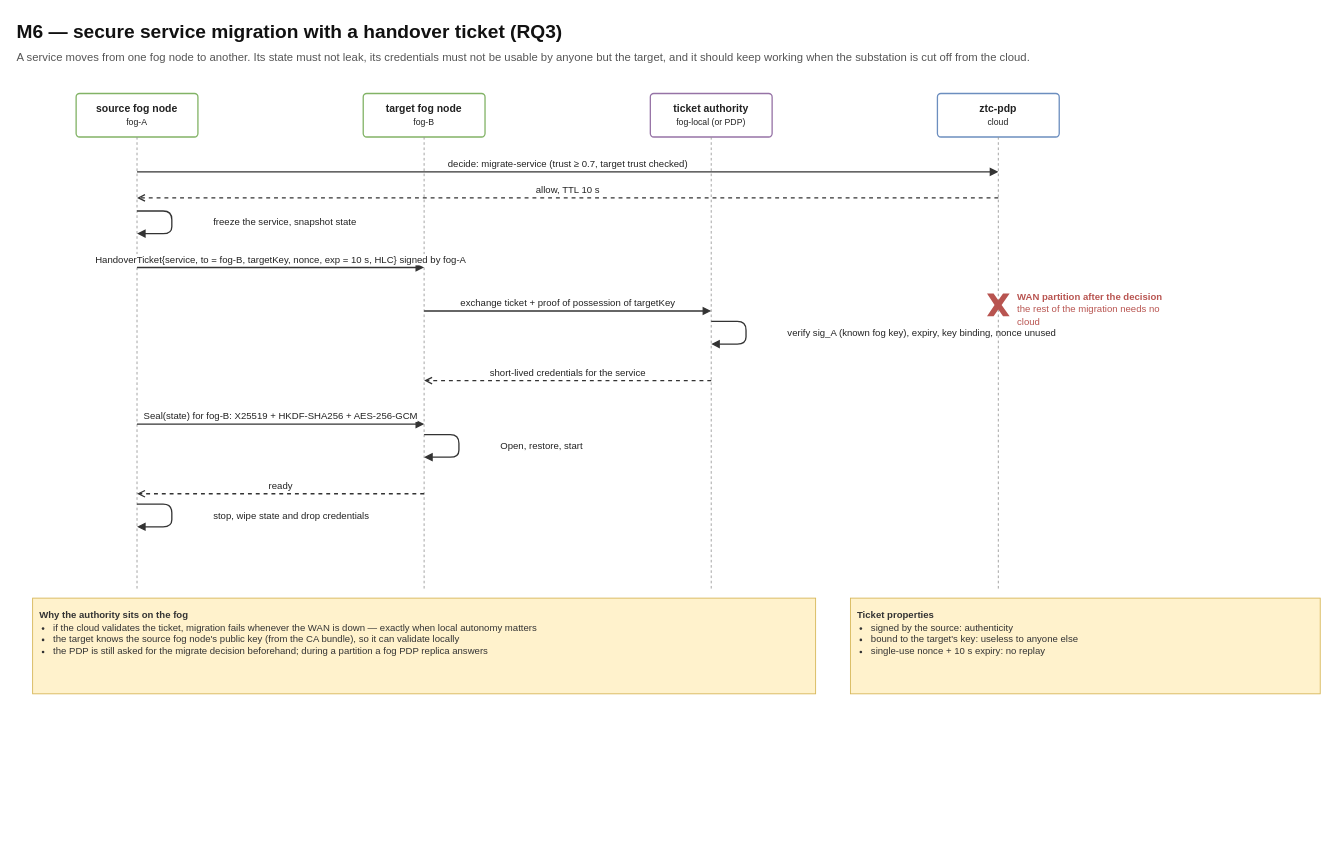
This is page "Handover ticket sequence" (1 of 2) of Docs/diagrams/13-m6-secure-migration.drawio from philipfleischer/zero-trust-continuum, a draw.io file, before an edit. Source tidied: cells renumbered, new cells numbered last; positions are measured from the earlier drawing's top-left corner, leaving out a move shared by most shapes. Both pictures are drawn from the tidied source at 87%, with x=0, y=0 at pixel (15, 15).
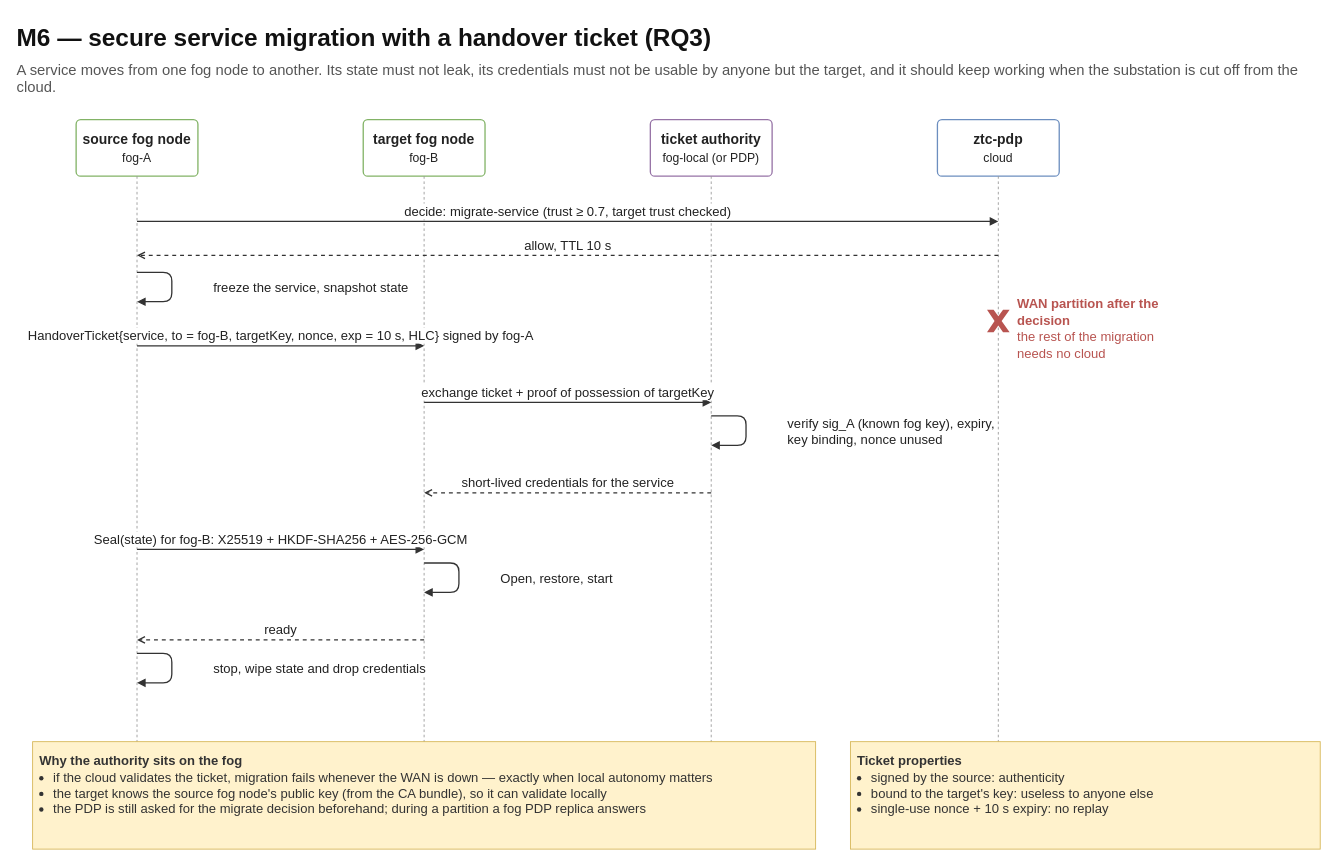
Above is the later version.

Diff of the diagram source:
```diff
@@
-    <mxCell id="2" value="M6 — secure service migration with a handover ticket (RQ3)" style="whiteSpace=wrap;html=1;fontFamily=Helvetica;text;align=left;verticalAlign=top;fontSize=22;fontStyle=1;fontColor=#111111;" parent="1" vertex="1">
-      <mxGeometry width="1500" height="32" as="geometry" />
+    <mxCell id="2" value="M6 — secure service migration with a handover ticket (RQ3)" style="whiteSpace=wrap;html=1;fontFamily=Helvetica;text;align=left;verticalAlign=top;fontSize=28;fontStyle=1;fontColor=#111111;" parent="1" vertex="1">
+      <mxGeometry y="3" width="1500" height="41.6" as="geometry" />
     </mxCell>
-    <mxCell id="3" value="A service moves from one fog node to another. Its state must not leak, its credentials must not be usable by anyone but the target, and it should keep working when the substation is cut off from the cloud." style="whiteSpace=wrap;html=1;fontFamily=Helvetica;text;align=left;verticalAlign=top;fontSize=13;fontColor=#555555;" parent="1" vertex="1">
-      <mxGeometry y="34" width="1500" height="34" as="geometry" />
+    <mxCell id="3" value="A service moves from one fog node to another. Its state must not leak, its credentials must not be usable by anyone but the target, and it should keep working when the substation is cut off from the cloud." style="whiteSpace=wrap;html=1;fontFamily=Helvetica;text;align=left;verticalAlign=top;fontSize=17;fontColor=#555555;" parent="1" vertex="1">
+      <mxGeometry y="47.2" width="1500" height="44.2" as="geometry" />
     </mxCell>
-    <mxCell id="4" value="&lt;b&gt;source fog node&lt;/b&gt;&lt;br&gt;&lt;span style=&quot;font-size:10px&quot;&gt;fog-A&lt;/span&gt;" style="whiteSpace=wrap;html=1;fontFamily=Helvetica;rounded=1;arcSize=8;fillColor=#ffffff;strokeColor=#82b366;strokeWidth=1.5;fontSize=12;fontColor=#222222;verticalAlign=middle;spacing=4;" parent="1" vertex="1">
-      <mxGeometry x="70" y="90" width="140" height="50" as="geometry" />
+    <mxCell id="4" value="&lt;b&gt;source fog node&lt;/b&gt;&lt;br&gt;&lt;span style=&quot;font-size:14px&quot;&gt;fog-A&lt;/span&gt;" style="whiteSpace=wrap;html=1;fontFamily=Helvetica;rounded=1;arcSize=8;fillColor=#ffffff;strokeColor=#82b366;strokeWidth=1.5;fontSize=16;fontColor=#222222;verticalAlign=middle;spacing=4;" parent="1" vertex="1">
+      <mxGeometry x="70" y="120" width="140" height="65" as="geometry" />
     </mxCell>
     <mxCell id="5" style="html=1;endArrow=none;dashed=1;strokeColor=#999999;strokeWidth=1;" parent="1" edge="1">
       <mxGeometry relative="1" as="geometry">
-        <mxPoint x="140" y="140" as="sourcePoint" />
-        <mxPoint x="140" y="660" as="targetPoint" />
+        <mxPoint x="140" y="185" as="sourcePoint" />
+        <mxPoint x="140" y="861" as="targetPoint" />
       </mxGeometry>
     </mxCell>
-    <mxCell id="6" value="&lt;b&gt;target fog node&lt;/b&gt;&lt;br&gt;&lt;span style=&quot;font-size:10px&quot;&gt;fog-B&lt;/span&gt;" style="whiteSpace=wrap;html=1;fontFamily=Helvetica;rounded=1;arcSize=8;fillColor=#ffffff;strokeColor=#82b366;strokeWidth=1.5;fontSize=12;fontColor=#222222;verticalAlign=middle;spacing=4;" parent="1" vertex="1">
-      <mxGeometry x="400" y="90" width="140" height="50" as="geometry" />
+    <mxCell id="6" value="&lt;b&gt;target fog node&lt;/b&gt;&lt;br&gt;&lt;span style=&quot;font-size:14px&quot;&gt;fog-B&lt;/span&gt;" style="whiteSpace=wrap;html=1;fontFamily=Helvetica;rounded=1;arcSize=8;fillColor=#ffffff;strokeColor=#82b366;strokeWidth=1.5;fontSize=16;fontColor=#222222;verticalAlign=middle;spacing=4;" parent="1" vertex="1">
+      <mxGeometry x="400" y="120" width="140" height="65" as="geometry" />
     </mxCell>
     <mxCell id="7" style="html=1;endArrow=none;dashed=1;strokeColor=#999999;strokeWidth=1;" parent="1" edge="1">
       <mxGeometry relative="1" as="geometry">
-        <mxPoint x="470" y="140" as="sourcePoint" />
-        <mxPoint x="470" y="660" as="targetPoint" />
+        <mxPoint x="470" y="185" as="sourcePoint" />
+        <mxPoint x="470" y="861" as="targetPoint" />
       </mxGeometry>
     </mxCell>
-    <mxCell id="8" value="&lt;b&gt;ticket authority&lt;/b&gt;&lt;br&gt;&lt;span style=&quot;font-size:10px&quot;&gt;fog-local (or PDP)&lt;/span&gt;" style="whiteSpace=wrap;html=1;fontFamily=Helvetica;rounded=1;arcSize=8;fillColor=#ffffff;strokeColor=#9673a6;strokeWidth=1.5;fontSize=12;fontColor=#222222;verticalAlign=middle;spacing=4;" parent="1" vertex="1">
-      <mxGeometry x="730" y="90" width="140" height="50" as="geometry" />
+    <mxCell id="8" value="&lt;b&gt;ticket authority&lt;/b&gt;&lt;br&gt;&lt;span style=&quot;font-size:14px&quot;&gt;fog-local (or PDP)&lt;/span&gt;" style="whiteSpace=wrap;html=1;fontFamily=Helvetica;rounded=1;arcSize=8;fillColor=#ffffff;strokeColor=#9673a6;strokeWidth=1.5;fontSize=16;fontColor=#222222;verticalAlign=middle;spacing=4;" parent="1" vertex="1">
+      <mxGeometry x="730" y="120" width="140" height="65" as="geometry" />
     </mxCell>
     <mxCell id="9" style="html=1;endArrow=none;dashed=1;strokeColor=#999999;strokeWidth=1;" parent="1" edge="1">
       <mxGeometry relative="1" as="geometry">
-        <mxPoint x="800" y="140" as="sourcePoint" />
-        <mxPoint x="800" y="660" as="targetPoint" />
+        <mxPoint x="800" y="185" as="sourcePoint" />
+        <mxPoint x="800" y="861" as="targetPoint" />
       </mxGeometry>
     </mxCell>
-    <mxCell id="10" value="&lt;b&gt;ztc-pdp&lt;/b&gt;&lt;br&gt;&lt;span style=&quot;font-size:10px&quot;&gt;cloud&lt;/span&gt;" style="whiteSpace=wrap;html=1;fontFamily=Helvetica;rounded=1;arcSize=8;fillColor=#ffffff;strokeColor=#6c8ebf;strokeWidth=1.5;fontSize=12;fontColor=#222222;verticalAlign=middle;spacing=4;" parent="1" vertex="1">
-      <mxGeometry x="1060" y="90" width="140" height="50" as="geometry" />
+    <mxCell id="10" value="&lt;b&gt;ztc-pdp&lt;/b&gt;&lt;br&gt;&lt;span style=&quot;font-size:14px&quot;&gt;cloud&lt;/span&gt;" style="whiteSpace=wrap;html=1;fontFamily=Helvetica;rounded=1;arcSize=8;fillColor=#ffffff;strokeColor=#6c8ebf;strokeWidth=1.5;fontSize=16;fontColor=#222222;verticalAlign=middle;spacing=4;" parent="1" vertex="1">
+      <mxGeometry x="1060" y="120" width="140" height="65" as="geometry" />
     </mxCell>
     <mxCell id="11" style="html=1;endArrow=none;dashed=1;strokeColor=#999999;strokeWidth=1;" parent="1" edge="1">
       <mxGeometry relative="1" as="geometry">
-        <mxPoint x="1130" y="140" as="sourcePoint" />
-        <mxPoint x="1130" y="660" as="targetPoint" />
+        <mxPoint x="1130" y="185" as="sourcePoint" />
+        <mxPoint x="1130" y="861" as="targetPoint" />
       </mxGeometry>
     </mxCell>
-    <mxCell id="12" value="decide: migrate-service (trust ≥ 0.7, target trust checked)" style="html=1;endArrow=block;endFill=1;strokeWidth=1.5;fontSize=11;labelBackgroundColor=#ffffff;fontFamily=Helvetica;strokeColor=#333333;fontColor=#222222;verticalAlign=bottom;" parent="1" edge="1">
+    <mxCell id="12" value="decide: migrate-service (trust ≥ 0.7, target trust checked)" style="html=1;endArrow=block;endFill=1;strokeWidth=1.5;fontSize=15;labelBackgroundColor=#ffffff;fontFamily=Helvetica;strokeColor=#333333;fontColor=#222222;verticalAlign=bottom;" parent="1" edge="1">
       <mxGeometry relative="1" as="geometry">
-        <mxPoint x="140" y="180" as="sourcePoint" />
-        <mxPoint x="1130" y="180" as="targetPoint" />
+        <mxPoint x="140" y="237" as="sourcePoint" />
+        <mxPoint x="1130" y="237" as="targetPoint" />
       </mxGeometry>
     </mxCell>
-    <mxCell id="13" value="allow, TTL 10 s" style="html=1;endArrow=block;endFill=1;strokeWidth=1.5;fontSize=11;labelBackgroundColor=#ffffff;fontFamily=Helvetica;strokeColor=#333333;fontColor=#222222;dashed=1;endArrow=open;endFill=0;verticalAlign=bottom;" parent="1" edge="1">
+    <mxCell id="13" value="allow, TTL 10 s" style="html=1;endArrow=block;endFill=1;strokeWidth=1.5;fontSize=15;labelBackgroundColor=#ffffff;fontFamily=Helvetica;strokeColor=#333333;fontColor=#222222;dashed=1;endArrow=open;endFill=0;verticalAlign=bottom;" parent="1" edge="1">
       <mxGeometry relative="1" as="geometry">
-        <mxPoint x="1130" y="210" as="sourcePoint" />
-        <mxPoint x="140" y="210" as="targetPoint" />
+        <mxPoint x="1130" y="276" as="sourcePoint" />
+        <mxPoint x="140" y="276" as="targetPoint" />
       </mxGeometry>
     </mxCell>
-    <mxCell id="14" value="freeze the service, snapshot state" style="html=1;endArrow=block;endFill=1;strokeWidth=1.5;fontSize=11;labelBackgroundColor=#ffffff;fontFamily=Helvetica;strokeColor=#333333;fontColor=#222222;align=left;spacingLeft=46;labelBackgroundColor=none;" parent="1" edge="1">
+    <mxCell id="14" value="freeze the service, snapshot state" style="html=1;endArrow=block;endFill=1;strokeWidth=1.5;fontSize=15;labelBackgroundColor=#ffffff;fontFamily=Helvetica;strokeColor=#333333;fontColor=#222222;align=left;spacingLeft=46;labelBackgroundColor=#ffffff;" parent="1" edge="1">
       <mxGeometry relative="1" as="geometry">
-        <mxPoint x="140" y="225" as="sourcePoint" />
-        <mxPoint x="140" y="251" as="targetPoint" />
+        <mxPoint x="140" y="295.5" as="sourcePoint" />
+        <mxPoint x="140" y="329.3" as="targetPoint" />
         <Array as="points">
-          <mxPoint x="180" y="225" />
-          <mxPoint x="180" y="251" />
+          <mxPoint x="180" y="295.5" />
+          <mxPoint x="180" y="329.3" />
         </Array>
       </mxGeometry>
     </mxCell>
-    <mxCell id="15" value="HandoverTicket{service, to = fog-B, targetKey, nonce, exp = 10 s, HLC} signed by fog-A" style="html=1;endArrow=block;endFill=1;strokeWidth=1.5;fontSize=11;labelBackgroundColor=#ffffff;fontFamily=Helvetica;strokeColor=#333333;fontColor=#222222;verticalAlign=bottom;" parent="1" edge="1">
+    <mxCell id="15" value="HandoverTicket{service, to = fog-B, targetKey, nonce, exp = 10 s, HLC} signed by fog-A" style="html=1;endArrow=block;endFill=1;strokeWidth=1.5;fontSize=15;labelBackgroundColor=#ffffff;fontFamily=Helvetica;strokeColor=#333333;fontColor=#222222;verticalAlign=bottom;" parent="1" edge="1">
       <mxGeometry relative="1" as="geometry">
-        <mxPoint x="140" y="290" as="sourcePoint" />
-        <mxPoint x="470" y="290" as="targetPoint" />
+        <mxPoint x="140" y="380" as="sourcePoint" />
+        <mxPoint x="470" y="380" as="targetPoint" />
       </mxGeometry>
     </mxCell>
-    <mxCell id="16" value="exchange ticket + proof of possession of targetKey" style="html=1;endArrow=block;endFill=1;strokeWidth=1.5;fontSize=11;labelBackgroundColor=#ffffff;fontFamily=Helvetica;strokeColor=#333333;fontColor=#222222;verticalAlign=bottom;" parent="1" edge="1">
+    <mxCell id="16" value="exchange ticket + proof of possession of targetKey" style="html=1;endArrow=block;endFill=1;strokeWidth=1.5;fontSize=15;labelBackgroundColor=#ffffff;fontFamily=Helvetica;strokeColor=#333333;fontColor=#222222;verticalAlign=bottom;" parent="1" edge="1">
       <mxGeometry relative="1" as="geometry">
-        <mxPoint x="470" y="340" as="sourcePoint" />
-        <mxPoint x="800" y="340" as="targetPoint" />
+        <mxPoint x="470" y="445" as="sourcePoint" />
+        <mxPoint x="800" y="445" as="targetPoint" />
       </mxGeometry>
     </mxCell>
-    <mxCell id="17" value="verify sig_A (known fog key), expiry, key binding, nonce unused" style="html=1;endArrow=block;endFill=1;strokeWidth=1.5;fontSize=11;labelBackgroundColor=#ffffff;fontFamily=Helvetica;strokeColor=#333333;fontColor=#222222;align=left;spacingLeft=46;labelBackgroundColor=none;" parent="1" edge="1">
+    <mxCell id="17" value="verify sig_A (known fog key), expiry,&lt;br&gt;key binding, nonce unused" style="html=1;endArrow=block;endFill=1;strokeWidth=1.5;fontSize=15;labelBackgroundColor=#ffffff;fontFamily=Helvetica;strokeColor=#333333;fontColor=#222222;align=left;spacingLeft=46;labelBackgroundColor=#ffffff;" parent="1" edge="1">
       <mxGeometry relative="1" as="geometry">
-        <mxPoint x="800" y="352" as="sourcePoint" />
-        <mxPoint x="800" y="378" as="targetPoint" />
+        <mxPoint x="800" y="460.6" as="sourcePoint" />
+        <mxPoint x="800" y="494.4" as="targetPoint" />
         <Array as="points">
-          <mxPoint x="840" y="352" />
-          <mxPoint x="840" y="378" />
+          <mxPoint x="840" y="460.6" />
+          <mxPoint x="840" y="494.4" />
         </Array>
       </mxGeometry>
     </mxCell>
-    <mxCell id="18" value="short-lived credentials for the service" style="html=1;endArrow=block;endFill=1;strokeWidth=1.5;fontSize=11;labelBackgroundColor=#ffffff;fontFamily=Helvetica;strokeColor=#333333;fontColor=#222222;dashed=1;endArrow=open;endFill=0;verticalAlign=bottom;" parent="1" edge="1">
+    <mxCell id="18" value="short-lived credentials for the service" style="html=1;endArrow=block;endFill=1;strokeWidth=1.5;fontSize=15;labelBackgroundColor=#ffffff;fontFamily=Helvetica;strokeColor=#333333;fontColor=#222222;dashed=1;endArrow=open;endFill=0;verticalAlign=bottom;" parent="1" edge="1">
       <mxGeometry relative="1" as="geometry">
-        <mxPoint x="800" y="420" as="sourcePoint" />
-        <mxPoint x="470" y="420" as="targetPoint" />
+        <mxPoint x="800" y="549" as="sourcePoint" />
+        <mxPoint x="470" y="549" as="targetPoint" />
       </mxGeometry>
     </mxCell>
-    <mxCell id="19" value="Seal(state) for fog-B: X25519 + HKDF-SHA256 + AES-256-GCM" style="html=1;endArrow=block;endFill=1;strokeWidth=1.5;fontSize=11;labelBackgroundColor=#ffffff;fontFamily=Helvetica;strokeColor=#333333;fontColor=#222222;verticalAlign=bottom;" parent="1" edge="1">
+    <mxCell id="19" value="Seal(state) for fog-B: X25519 + HKDF-SHA256 + AES-256-GCM" style="html=1;endArrow=block;endFill=1;strokeWidth=1.5;fontSize=15;labelBackgroundColor=#ffffff;fontFamily=Helvetica;strokeColor=#333333;fontColor=#222222;verticalAlign=bottom;" parent="1" edge="1">
       <mxGeometry relative="1" as="geometry">
-        <mxPoint x="140" y="470" as="sourcePoint" />
-        <mxPoint x="470" y="470" as="targetPoint" />
+        <mxPoint x="140" y="614" as="sourcePoint" />
+        <mxPoint x="470" y="614" as="targetPoint" />
       </mxGeometry>
     </mxCell>
-    <mxCell id="20" value="Open, restore, start" style="html=1;endArrow=block;endFill=1;strokeWidth=1.5;fontSize=11;labelBackgroundColor=#ffffff;fontFamily=Helvetica;strokeColor=#333333;fontColor=#222222;align=left;spacingLeft=46;labelBackgroundColor=none;" parent="1" edge="1">
+    <mxCell id="20" value="Open, restore, start" style="html=1;endArrow=block;endFill=1;strokeWidth=1.5;fontSize=15;labelBackgroundColor=#ffffff;fontFamily=Helvetica;strokeColor=#333333;fontColor=#222222;align=left;spacingLeft=46;labelBackgroundColor=#ffffff;" parent="1" edge="1">
       <mxGeometry relative="1" as="geometry">
-        <mxPoint x="470" y="482" as="sourcePoint" />
-        <mxPoint x="470" y="508" as="targetPoint" />
+        <mxPoint x="470" y="629.6" as="sourcePoint" />
+        <mxPoint x="470" y="663.4" as="targetPoint" />
         <Array as="points">
-          <mxPoint x="510" y="482" />
-          <mxPoint x="510" y="508" />
+          <mxPoint x="510" y="629.6" />
+          <mxPoint x="510" y="663.4" />
         </Array>
       </mxGeometry>
     </mxCell>
-    <mxCell id="21" value="ready" style="html=1;endArrow=block;endFill=1;strokeWidth=1.5;fontSize=11;labelBackgroundColor=#ffffff;fontFamily=Helvetica;strokeColor=#333333;fontColor=#222222;dashed=1;endArrow=open;endFill=0;verticalAlign=bottom;" parent="1" edge="1">
+    <mxCell id="21" value="ready" style="html=1;endArrow=block;endFill=1;strokeWidth=1.5;fontSize=15;labelBackgroundColor=#ffffff;fontFamily=Helvetica;strokeColor=#333333;fontColor=#222222;dashed=1;endArrow=open;endFill=0;verticalAlign=bottom;" parent="1" edge="1">
       <mxGeometry relative="1" as="geometry">
-        <mxPoint x="470" y="550" as="sourcePoint" />
-        <mxPoint x="140" y="550" as="targetPoint" />
+        <mxPoint x="470" y="718" as="sourcePoint" />
+        <mxPoint x="140" y="718" as="targetPoint" />
       </mxGeometry>
     </mxCell>
-    <mxCell id="22" value="stop, wipe state and drop credentials" style="html=1;endArrow=block;endFill=1;strokeWidth=1.5;fontSize=11;labelBackgroundColor=#ffffff;fontFamily=Helvetica;strokeColor=#333333;fontColor=#222222;align=left;spacingLeft=46;labelBackgroundColor=none;" parent="1" edge="1">
+    <mxCell id="22" value="stop, wipe state and drop credentials" style="html=1;endArrow=block;endFill=1;strokeWidth=1.5;fontSize=15;labelBackgroundColor=#ffffff;fontFamily=Helvetica;strokeColor=#333333;fontColor=#222222;align=left;spacingLeft=46;labelBackgroundColor=#ffffff;" parent="1" edge="1">
       <mxGeometry relative="1" as="geometry">
-        <mxPoint x="140" y="562" as="sourcePoint" />
-        <mxPoint x="140" y="588" as="targetPoint" />
+        <mxPoint x="140" y="733.6" as="sourcePoint" />
+        <mxPoint x="140" y="767.4" as="targetPoint" />
         <Array as="points">
-          <mxPoint x="180" y="562" />
-          <mxPoint x="180" y="588" />
+          <mxPoint x="180" y="733.6" />
+          <mxPoint x="180" y="767.4" />
         </Array>
       </mxGeometry>
     </mxCell>
     <mxCell id="23" style="whiteSpace=wrap;html=1;fontFamily=Helvetica;shape=mxgraph.basic.x;fillColor=#b85450;strokeColor=none;" parent="1" vertex="1">
-      <mxGeometry x="1117" y="320" width="26" height="26" as="geometry" />
+      <mxGeometry x="1117" y="338.4" width="26" height="26" as="geometry" />
     </mxCell>
-    <mxCell id="24" value="&lt;span style=&quot;font-size:11px&quot;&gt;&lt;b&gt;WAN partition after the decision&lt;/b&gt;&lt;br&gt;the rest of the migration needs no cloud&lt;/span&gt;" style="whiteSpace=wrap;html=1;fontFamily=Helvetica;text;align=left;verticalAlign=top;fontSize=12;fontColor=#222222;fontColor=#b85450;" parent="1" vertex="1">
-      <mxGeometry x="1150" y="310" width="180" height="50" as="geometry" />
+    <mxCell id="24" value="&lt;span style=&quot;font-size:15px&quot;&gt;&lt;b&gt;WAN partition after the decision&lt;/b&gt;&lt;br&gt;the rest of the migration needs no cloud&lt;/span&gt;" style="whiteSpace=wrap;html=1;fontFamily=Helvetica;text;align=left;verticalAlign=top;fontSize=16;fontColor=#222222;fontColor=#b85450;" parent="1" vertex="1">
+      <mxGeometry x="1150" y="315" width="200" height="78" as="geometry" />
     </mxCell>
-    <mxCell id="25" value="&lt;b&gt;Why the authority sits on the fog&lt;/b&gt;&lt;ul style=&quot;margin:2px 0 0 0;padding-left:16px;font-size:11px&quot;&gt;&lt;li&gt;if the cloud validates the ticket, migration fails whenever the WAN is down — exactly when local autonomy matters&lt;/li&gt;&lt;li&gt;the target knows the source fog node's public key (from the CA bundle), so it can validate locally&lt;/li&gt;&lt;li&gt;the PDP is still asked for the migrate decision beforehand; during a partition a fog PDP replica answers&lt;/li&gt;&lt;/ul&gt;" style="whiteSpace=wrap;html=1;fontFamily=Helvetica;rounded=0;fillColor=#fff2cc;strokeColor=#d6b656;align=left;verticalAlign=top;spacing=8;fontSize=11;fontColor=#333333;" parent="1" vertex="1">
-      <mxGeometry x="20" y="670" width="900" height="110" as="geometry" />
+    <mxCell id="25" value="&lt;b&gt;Why the authority sits on the fog&lt;/b&gt;&lt;ul style=&quot;margin:2px 0 0 0;padding-left:16px;font-size:15px&quot;&gt;&lt;li&gt;if the cloud validates the ticket, migration fails whenever the WAN is down — exactly when local autonomy matters&lt;/li&gt;&lt;li&gt;the target knows the source fog node's public key (from the CA bundle), so it can validate locally&lt;/li&gt;&lt;li&gt;the PDP is still asked for the migrate decision beforehand; during a partition a fog PDP replica answers&lt;/li&gt;&lt;/ul&gt;" style="whiteSpace=wrap;html=1;fontFamily=Helvetica;rounded=0;fillColor=#fff2cc;strokeColor=#d6b656;align=left;verticalAlign=top;spacing=8;fontSize=15;fontColor=#333333;" parent="1" vertex="1">
+      <mxGeometry x="20" y="835" width="900" height="123.5" as="geometry" />
     </mxCell>
-    <mxCell id="26" value="&lt;b&gt;Ticket properties&lt;/b&gt;&lt;ul style=&quot;margin:2px 0 0 0;padding-left:16px;font-size:11px&quot;&gt;&lt;li&gt;signed by the source: authenticity&lt;/li&gt;&lt;li&gt;bound to the target's key: useless to anyone else&lt;/li&gt;&lt;li&gt;single-use nonce + 10 s expiry: no replay&lt;/li&gt;&lt;/ul&gt;" style="whiteSpace=wrap;html=1;fontFamily=Helvetica;rounded=0;fillColor=#fff2cc;strokeColor=#d6b656;align=left;verticalAlign=top;spacing=8;fontSize=11;fontColor=#333333;" parent="1" vertex="1">
-      <mxGeometry x="960" y="670" width="540" height="110" as="geometry" />
+    <mxCell id="26" value="&lt;b&gt;Ticket properties&lt;/b&gt;&lt;ul style=&quot;margin:2px 0 0 0;padding-left:16px;font-size:15px&quot;&gt;&lt;li&gt;signed by the source: authenticity&lt;/li&gt;&lt;li&gt;bound to the target's key: useless to anyone else&lt;/li&gt;&lt;li&gt;single-use nonce + 10 s expiry: no replay&lt;/li&gt;&lt;/ul&gt;" style="whiteSpace=wrap;html=1;fontFamily=Helvetica;rounded=0;fillColor=#fff2cc;strokeColor=#d6b656;align=left;verticalAlign=top;spacing=8;fontSize=15;fontColor=#333333;" parent="1" vertex="1">
+      <mxGeometry x="960" y="835" width="540" height="123.5" as="geometry" />
     </mxCell>
```
